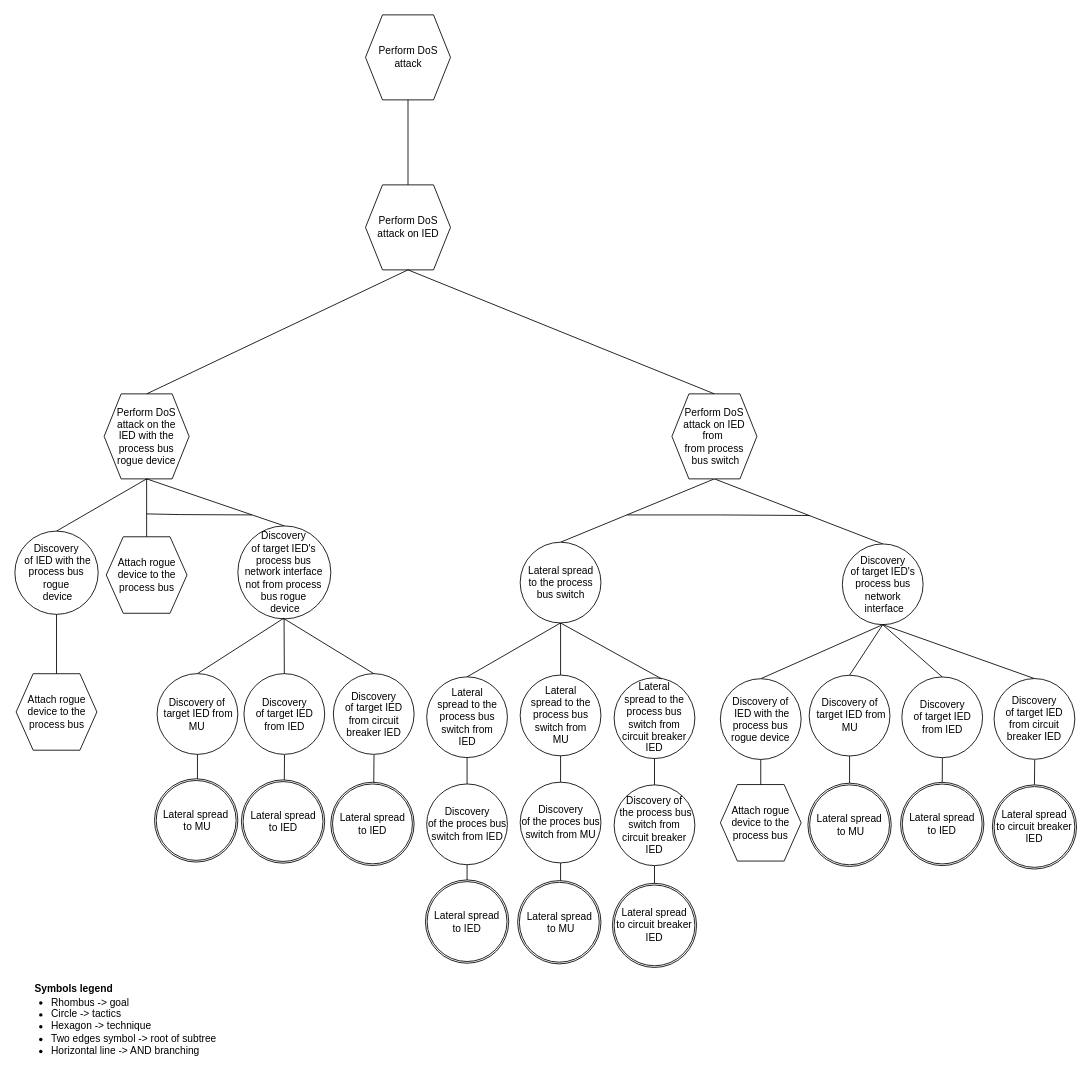
Earlier version of the draw.io diagram drawIO_trees/solution_2_2_4.drawio (mihaelM/Attack_trees). Source tidied: cells renumbered, new cells numbered last; positions are measured from the earlier drawing's top-left corner, leaving out a move shared by most shapes. Both pictures are drawn from the tidied source at 85%, with x=0, y=0 at pixel (14, 14).
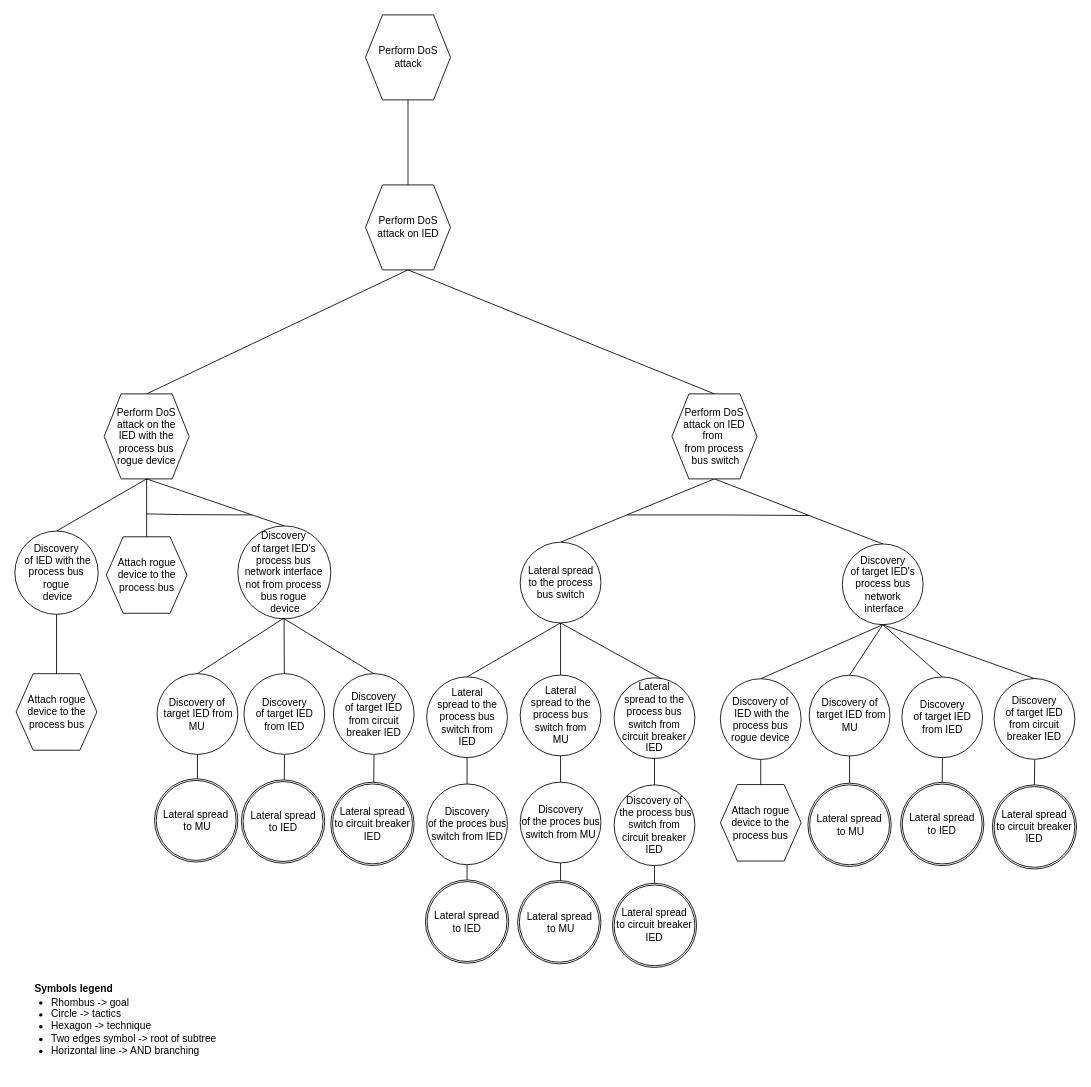
The same page after the edit.

Diff of the diagram source:
```diff
@@
-    <mxCell id="67" value="Lateral spread&lt;br&gt;to IED" style="ellipse;whiteSpace=wrap;html=1;" parent="1" vertex="1">
+    <mxCell id="67" value="Lateral spread&lt;br&gt;to circuit breaker IED" style="ellipse;whiteSpace=wrap;html=1;" parent="1" vertex="1">
       <mxGeometry x="373.7" y="904.8" width="94" height="94" as="geometry" />
     </mxCell>
```
